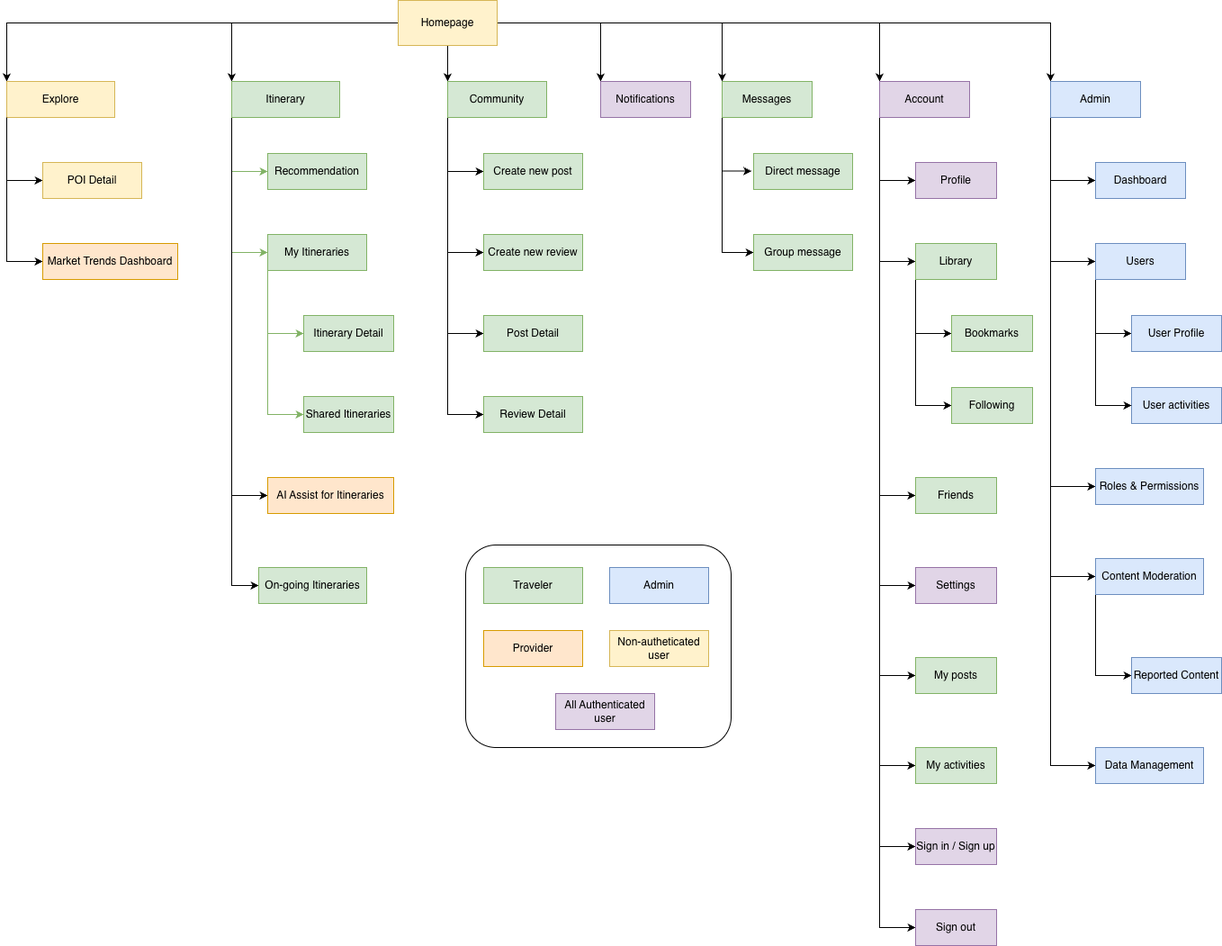
Earlier version of the draw.io export Images/7. System Design/Sitemap.png (TravelEZ-2025-2026/DACN-Report-LaTex). Source tidied: cells renumbered, new cells last; positions are measured from the earlier drawing's top-left corner, leaving out a move shared by most shapes.
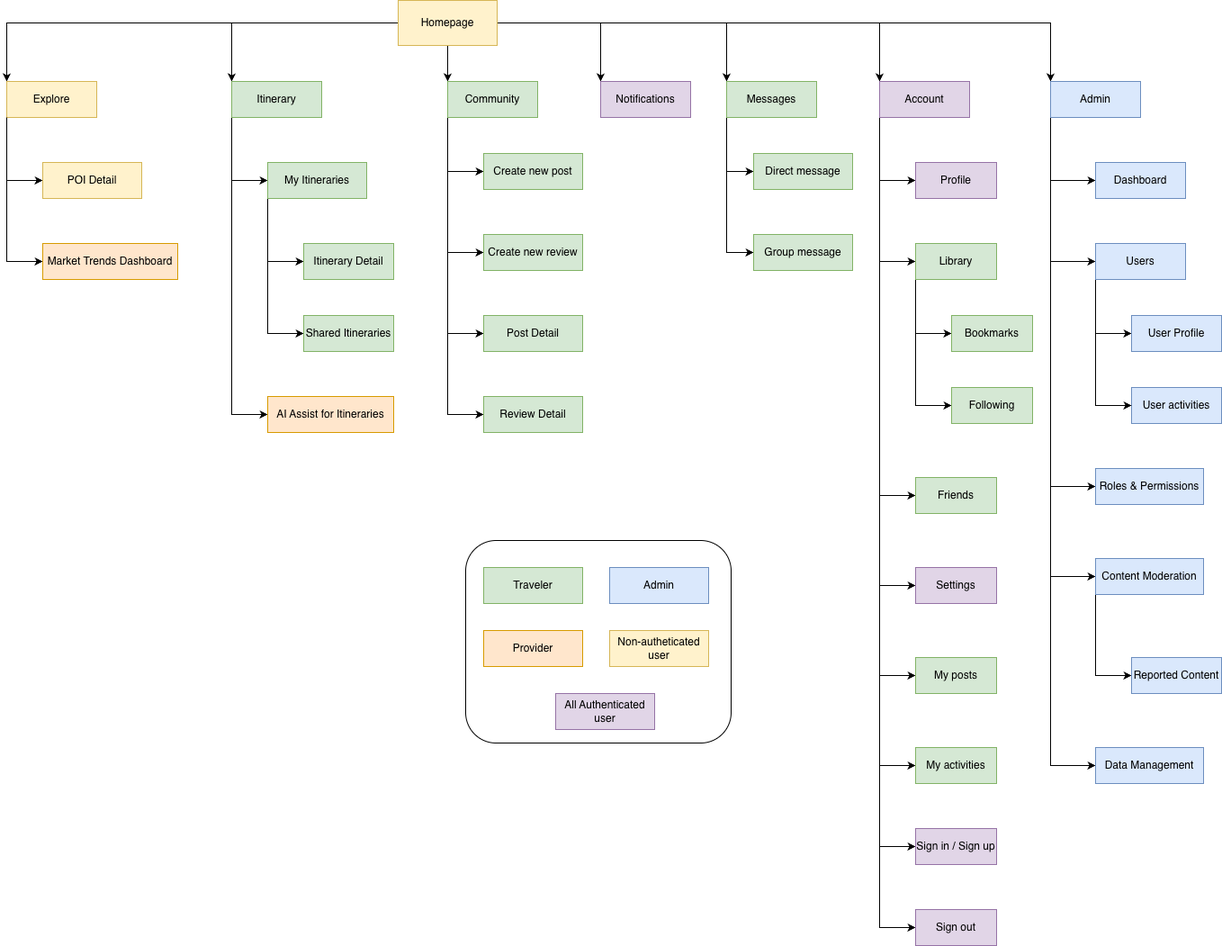
After the commit.

Change to the diagram source:
```diff
@@ -34,7 +34,7 @@
       <mxGeometry relative="1" as="geometry" />
     </mxCell>
     <mxCell id="11" value="Explore" style="html=1;whiteSpace=wrap;fillColor=#fff2cc;strokeColor=#d6b656;" parent="1" vertex="1">
-      <mxGeometry y="90" width="120" height="40" as="geometry" />
+      <mxGeometry y="90" width="100" height="40" as="geometry" />
     </mxCell>
     <mxCell id="12" style="edgeStyle=orthogonalEdgeStyle;rounded=0;jettySize=auto;html=1;entryX=0;entryY=0.5;entryDx=0;entryDy=0;exitX=0;exitY=1;exitDx=0;exitDy=0;" parent="1" edge="1" source="11" target="32">
       <mxGeometry relative="1" as="geometry">
@@ -46,47 +46,34 @@
     <mxCell id="13" value="Market Trends Dashboard" style="html=1;whiteSpace=wrap;fillColor=#ffe6cc;strokeColor=#d79b00;" parent="1" vertex="1">
       <mxGeometry x="40" y="270" width="150" height="40" as="geometry" />
     </mxCell>
-    <mxCell id="14" style="edgeStyle=orthogonalEdgeStyle;rounded=0;jettySize=auto;html=1;entryX=0;entryY=0.5;entryDx=0;entryDy=0;fillColor=#d5e8d4;strokeColor=#82b366;" parent="1" edge="1" target="21">
+    <mxCell id="14" style="edgeStyle=orthogonalEdgeStyle;rounded=0;jettySize=auto;html=1;entryX=0;entryY=0.5;entryDx=0;entryDy=0;fillColor=#d5e8d4;strokeColor=#000000;" parent="1" edge="1" target="21">
       <mxGeometry relative="1" as="geometry">
         <mxPoint x="250" y="130" as="sourcePoint" />
         <Array as="points">
-          <mxPoint x="250" y="280" />
+          <mxPoint x="250" y="200" />
         </Array>
       </mxGeometry>
     </mxCell>
-    <mxCell id="15" style="edgeStyle=orthogonalEdgeStyle;rounded=0;jettySize=auto;html=1;entryX=0;entryY=0.5;entryDx=0;entryDy=0;exitX=0;exitY=1;exitDx=0;exitDy=0;fillColor=#d5e8d4;strokeColor=#82b366;" parent="1" edge="1" source="18" target="23">
-      <mxGeometry relative="1" as="geometry" />
-    </mxCell>
     <mxCell id="16" style="edgeStyle=orthogonalEdgeStyle;rounded=0;jettySize=auto;html=1;entryX=0;entryY=0.5;entryDx=0;entryDy=0;exitX=0;exitY=1;exitDx=0;exitDy=0;" parent="1" edge="1" source="18" target="24">
       <mxGeometry relative="1" as="geometry" />
     </mxCell>
-    <mxCell id="17" style="edgeStyle=orthogonalEdgeStyle;rounded=0;jettySize=auto;html=1;entryX=0;entryY=0.5;entryDx=0;entryDy=0;" parent="1" edge="1" source="18" target="86">
-      <mxGeometry relative="1" as="geometry">
-        <Array as="points">
-          <mxPoint x="250" y="650" />
-        </Array>
-      </mxGeometry>
-    </mxCell>
     <mxCell id="18" value="Itinerary" style="html=1;whiteSpace=wrap;fillColor=#d5e8d4;strokeColor=#82b366;" parent="1" vertex="1">
-      <mxGeometry x="250" y="90" width="120" height="40" as="geometry" />
+      <mxGeometry x="250" y="90" width="100" height="40" as="geometry" />
     </mxCell>
-    <mxCell id="19" style="edgeStyle=orthogonalEdgeStyle;rounded=0;jettySize=auto;html=1;entryX=0;entryY=0.5;entryDx=0;entryDy=0;exitX=0;exitY=1;exitDx=0;exitDy=0;fillColor=#d5e8d4;strokeColor=#82b366;" parent="1" edge="1" source="21" target="22">
+    <mxCell id="19" style="edgeStyle=orthogonalEdgeStyle;rounded=0;jettySize=auto;html=1;entryX=0;entryY=0.5;entryDx=0;entryDy=0;exitX=0;exitY=1;exitDx=0;exitDy=0;fillColor=#d5e8d4;strokeColor=#000000;" parent="1" edge="1" source="21" target="22">
       <mxGeometry relative="1" as="geometry" />
     </mxCell>
-    <mxCell id="20" style="edgeStyle=orthogonalEdgeStyle;rounded=0;jettySize=auto;html=1;entryX=0;entryY=0.5;entryDx=0;entryDy=0;exitX=0;exitY=1;exitDx=0;exitDy=0;fillColor=#d5e8d4;strokeColor=#82b366;" parent="1" edge="1" source="21" target="67">
+    <mxCell id="20" style="edgeStyle=orthogonalEdgeStyle;rounded=0;jettySize=auto;html=1;entryX=0;entryY=0.5;entryDx=0;entryDy=0;exitX=0;exitY=1;exitDx=0;exitDy=0;fillColor=#d5e8d4;strokeColor=#000000;" parent="1" edge="1" source="21" target="67">
       <mxGeometry relative="1" as="geometry" />
     </mxCell>
     <mxCell id="21" value="My Itineraries" style="html=1;whiteSpace=wrap;fillColor=#d5e8d4;strokeColor=#82b366;" parent="1" vertex="1">
-      <mxGeometry x="290" y="260" width="110" height="40" as="geometry" />
+      <mxGeometry x="290" y="180" width="110" height="40" as="geometry" />
     </mxCell>
     <mxCell id="22" value="Itinerary Detail" style="html=1;whiteSpace=wrap;fillColor=#d5e8d4;strokeColor=#82b366;" parent="1" vertex="1">
-      <mxGeometry x="330" y="350" width="100" height="40" as="geometry" />
+      <mxGeometry x="330" y="270" width="100" height="40" as="geometry" />
     </mxCell>
-    <mxCell id="23" value="Recommendation" style="html=1;whiteSpace=wrap;fillColor=#d5e8d4;strokeColor=#82b366;" parent="1" vertex="1">
-      <mxGeometry x="290" y="170" width="110" height="40" as="geometry" />
-    </mxCell>
     <mxCell id="24" value="AI Assist for Itineraries" style="html=1;whiteSpace=wrap;fillColor=#ffe6cc;strokeColor=#d79b00;" parent="1" vertex="1">
-      <mxGeometry x="290" y="530" width="140" height="40" as="geometry" />
+      <mxGeometry x="290" y="440" width="140" height="40" as="geometry" />
     </mxCell>
     <mxCell id="25" style="edgeStyle=orthogonalEdgeStyle;rounded=0;jettySize=auto;html=1;entryX=0;entryY=0.5;entryDx=0;entryDy=0;" parent="1" edge="1" source="29" target="30">
       <mxGeometry relative="1" as="geometry">
@@ -113,7 +100,7 @@
       </mxGeometry>
     </mxCell>
     <mxCell id="29" value="Community" style="html=1;whiteSpace=wrap;fillColor=#d5e8d4;strokeColor=#82b366;" parent="1" vertex="1">
-      <mxGeometry x="490" y="90" width="110" height="40" as="geometry" />
+      <mxGeometry x="490" y="90" width="100" height="40" as="geometry" />
     </mxCell>
     <mxCell id="30" value="Post Detail" style="html=1;whiteSpace=wrap;fillColor=#d5e8d4;strokeColor=#82b366;" parent="1" vertex="1">
       <mxGeometry x="530" y="350" width="110" height="40" as="geometry" />
@@ -212,25 +199,22 @@
     <mxCell id="48" value="Settings" style="html=1;whiteSpace=wrap;fillColor=#e1d5e7;strokeColor=#9673a6;" parent="1" vertex="1">
       <mxGeometry x="1010" y="630" width="90" height="40" as="geometry" />
     </mxCell>
-    <mxCell id="49" style="edgeStyle=orthogonalEdgeStyle;rounded=0;jettySize=auto;html=1;entryX=-0.021;entryY=0.49;entryDx=0;entryDy=0;entryPerimeter=0;" parent="1" edge="1" target="52">
+    <mxCell id="49" style="edgeStyle=orthogonalEdgeStyle;rounded=0;jettySize=auto;html=1;entryX=0;entryY=0.5;entryDx=0;entryDy=0;exitX=0;exitY=1;exitDx=0;exitDy=0;" parent="1" edge="1" source="51" target="52">
       <mxGeometry relative="1" as="geometry">
-        <mxPoint x="795" y="130" as="sourcePoint" />
         <Array as="points">
-          <mxPoint x="795" y="190" />
-          <mxPoint x="828" y="190" />
+          <mxPoint x="800" y="190" />
         </Array>
       </mxGeometry>
     </mxCell>
-    <mxCell id="50" style="edgeStyle=orthogonalEdgeStyle;rounded=0;jettySize=auto;html=1;entryX=0;entryY=0.5;entryDx=0;entryDy=0;" parent="1" edge="1" target="53">
+    <mxCell id="50" style="edgeStyle=orthogonalEdgeStyle;rounded=0;jettySize=auto;html=1;entryX=0;entryY=0.5;entryDx=0;entryDy=0;exitX=0;exitY=1;exitDx=0;exitDy=0;" parent="1" edge="1" source="51" target="53">
       <mxGeometry relative="1" as="geometry">
-        <mxPoint x="795" y="130" as="sourcePoint" />
         <Array as="points">
-          <mxPoint x="795" y="280" />
+          <mxPoint x="800" y="280" />
         </Array>
       </mxGeometry>
     </mxCell>
     <mxCell id="51" value="Messages" style="html=1;whiteSpace=wrap;fillColor=#d5e8d4;strokeColor=#82b366;" parent="1" vertex="1">
-      <mxGeometry x="795" y="90" width="100" height="40" as="geometry" />
+      <mxGeometry x="800" y="90" width="100" height="40" as="geometry" />
     </mxCell>
     <mxCell id="52" value="Direct message" style="html=1;whiteSpace=wrap;fillColor=#d5e8d4;strokeColor=#82b366;" parent="1" vertex="1">
       <mxGeometry x="830" y="170" width="110" height="40" as="geometry" />
@@ -295,7 +279,7 @@
       <mxGeometry x="1250" y="350" width="100" height="40" as="geometry" />
     </mxCell>
     <mxCell id="67" value="Shared Itineraries" style="html=1;whiteSpace=wrap;fillColor=#d5e8d4;strokeColor=#82b366;" parent="1" vertex="1">
-      <mxGeometry x="330" y="440" width="100" height="40" as="geometry" />
+      <mxGeometry x="330" y="350" width="100" height="40" as="geometry" />
     </mxCell>
     <mxCell id="68" value="Create new post" style="html=1;whiteSpace=wrap;fillColor=#d5e8d4;strokeColor=#82b366;" parent="1" vertex="1">
       <mxGeometry x="530" y="170" width="110" height="40" as="geometry" />
@@ -344,7 +328,7 @@
       <mxGeometry x="670" y="700" width="110" height="40" as="geometry" />
     </mxCell>
     <mxCell id="82" style="rounded=1;whiteSpace=wrap;html=1;fillColor=none;" parent="1" vertex="1">
-      <mxGeometry x="510" y="605" width="295" height="225" as="geometry" />
+      <mxGeometry x="510" y="600" width="295" height="225" as="geometry" />
     </mxCell>
     <mxCell id="83" value="Sign in / Sign up" style="html=1;whiteSpace=wrap;fillColor=#e1d5e7;strokeColor=#9673a6;" parent="1" vertex="1">
       <mxGeometry x="1010" y="920" width="90" height="40" as="geometry" />
@@ -355,8 +339,5 @@
     <mxCell id="85" value="All Authenticated user" style="html=1;whiteSpace=wrap;fillColor=#e1d5e7;strokeColor=#9673a6;" parent="1" vertex="1">
       <mxGeometry x="610" y="770" width="110" height="40" as="geometry" />
     </mxCell>
-    <mxCell id="86" value="On-going Itineraries" style="html=1;whiteSpace=wrap;fillColor=#d5e8d4;strokeColor=#82b366;" parent="1" vertex="1">
-      <mxGeometry x="280" y="630" width="120" height="40" as="geometry" />
-    </mxCell>
   </root>
 </mxGraphModel>
```
